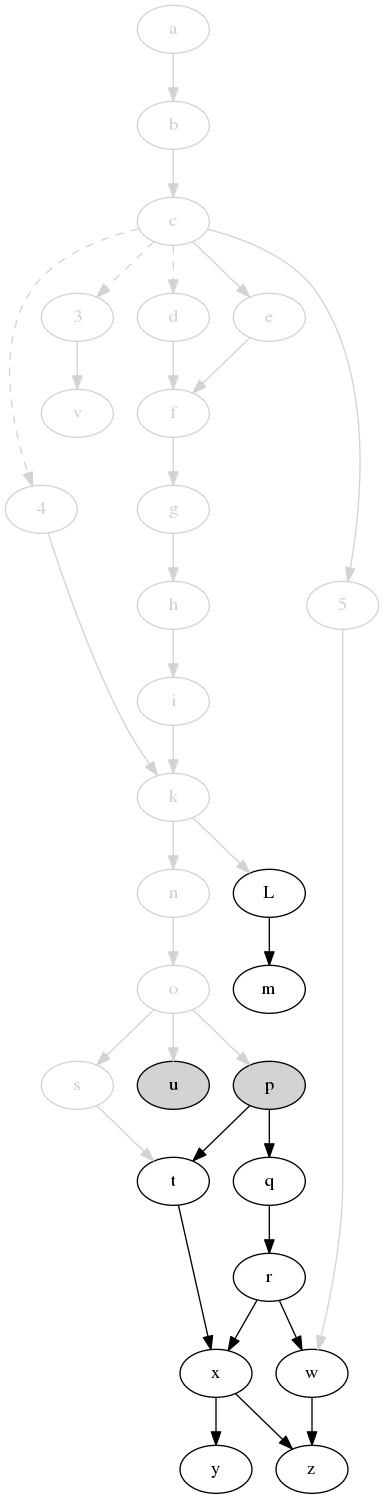
jdmpapin/svm-startup-deps keeps this Graphviz diagram as svm-startup-deps.png. Above is the earlier version. Its source is kept beside it as svm-startup-deps.dot.
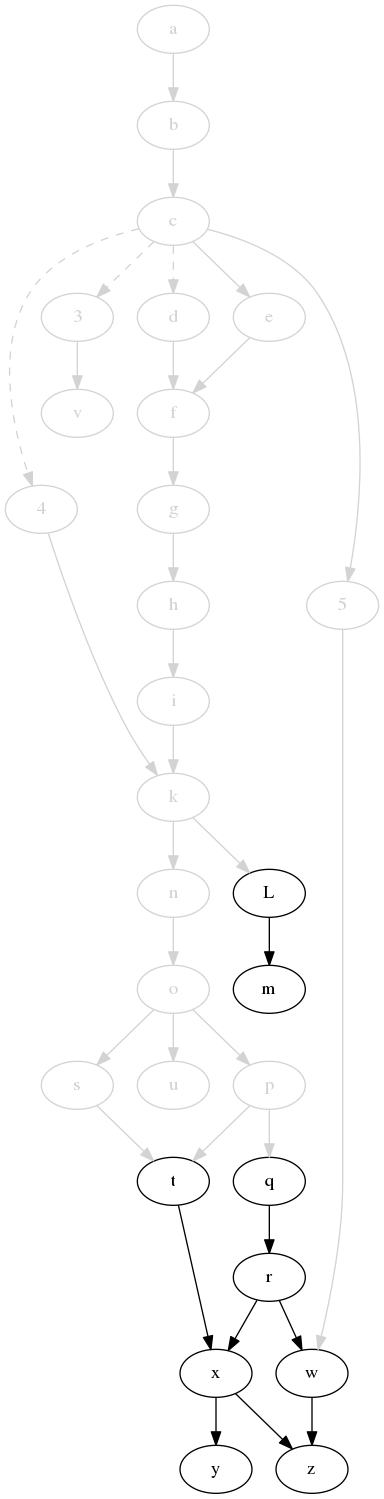
Later version of the same file.

What changed in the source:
```diff
@@ -17,12 +17,12 @@
     5 [color=lightgrey,fontcolor=lightgrey];
     n [color=lightgrey,fontcolor=lightgrey];
     o [color=lightgrey,fontcolor=lightgrey];
-    p [style=filled,fillcolor=lightgrey];
+    p [color=lightgrey,fontcolor=lightgrey];
     q;
     r;
     s [color=lightgrey,fontcolor=lightgrey];
     t;
-    u [style=filled,fillcolor=lightgrey];
+    u [color=lightgrey,fontcolor=lightgrey];
     v [color=lightgrey,fontcolor=lightgrey];
     w;
     x;
@@ -49,11 +49,11 @@
     k -> n [color=lightgrey];
     n -> o [color=lightgrey];
     o -> p [color=lightgrey];
-    p -> q;
+    p -> q [color=lightgrey];
     q -> r;
     o -> s [color=lightgrey];
     s -> t [color=lightgrey];
-    p -> t;
+    p -> t [color=lightgrey];
     o -> u [color=lightgrey];
     5 -> w [color=lightgrey];
     r -> w;
```
